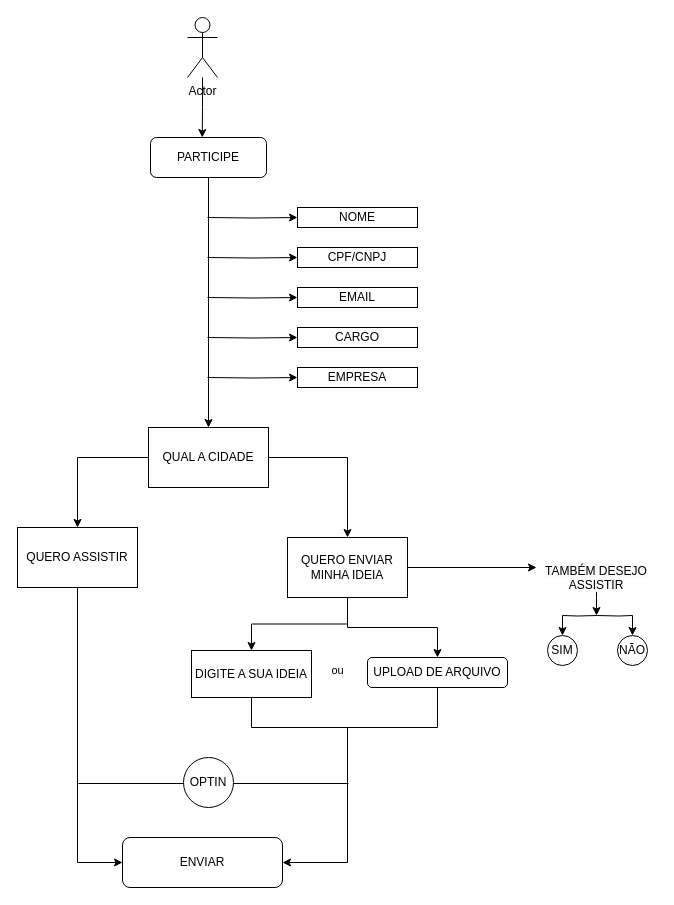
The draw.io diagram Seminario Logistica no Brasil.drawio in altcomvis/lp-logistica-no-brasil, before the edit. Source tidied: cells renumbered, new cells numbered last; positions are measured from the earlier drawing's top-left corner, leaving out a move shared by most shapes. Both pictures are drawn from the tidied source at 100%, with x=0, y=0 at pixel (17, 17).
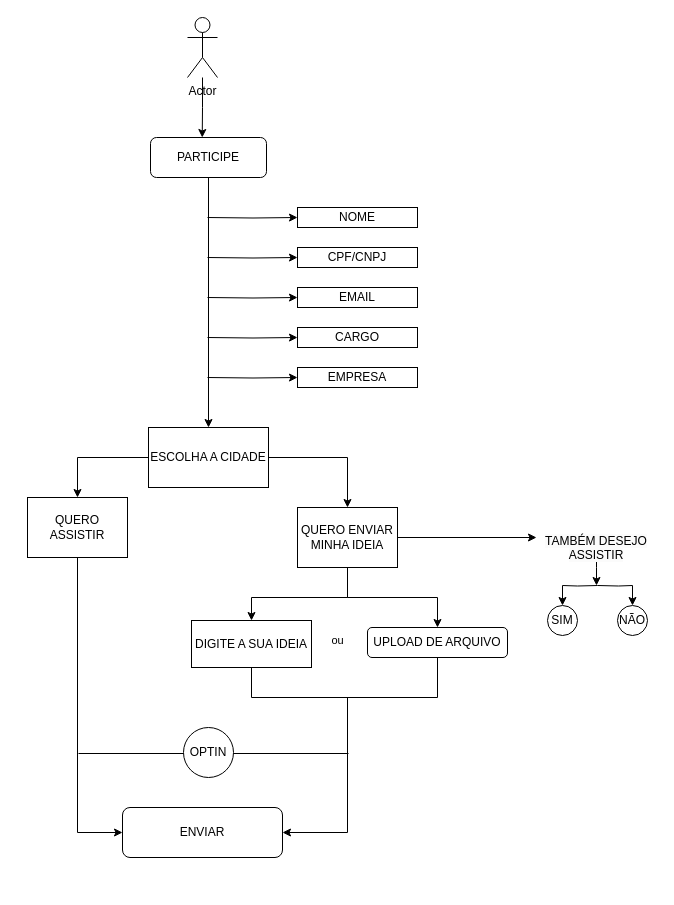
Above is the later version.

Change to the diagram source:
```diff
@@
-    <mxCell id="8" value="QUAL A CIDADE" style="whiteSpace=wrap;html=1;" parent="1" vertex="1">
+    <mxCell id="8" value="ESCOLHA A CIDADE" style="whiteSpace=wrap;html=1;" parent="1" vertex="1">
       <mxGeometry x="131" y="410" width="120" height="60" as="geometry" />
     </mxCell>
@@
     <mxCell id="10" value="QUERO ASSISTIR" style="whiteSpace=wrap;html=1;" parent="1" vertex="1">
-      <mxGeometry y="510" width="120" height="60" as="geometry" />
+      <mxGeometry x="10" y="480" width="100" height="60" as="geometry" />
     </mxCell>
     <mxCell id="11" style="edgeStyle=orthogonalEdgeStyle;rounded=0;jettySize=auto;html=1;" parent="1" edge="1" source="14" target="27">
-      <mxGeometry relative="1" as="geometry" />
+      <mxGeometry relative="1" as="geometry">
+        <Array as="points">
+          <mxPoint x="330" y="580" />
+          <mxPoint x="234" y="580" />
+        </Array>
+      </mxGeometry>
     </mxCell>
@@
     <mxCell id="13" style="edgeStyle=orthogonalEdgeStyle;rounded=0;jettySize=auto;html=1;entryX=0.5;entryY=0;entryDx=0;entryDy=0;" parent="1" edge="1" source="14" target="30">
       <mxGeometry relative="1" as="geometry">
         <Array as="points">
-          <mxPoint x="330" y="610" />
-          <mxPoint x="420" y="610" />
+          <mxPoint x="330" y="580" />
+          <mxPoint x="420" y="580" />
         </Array>
       </mxGeometry>
     </mxCell>
     <mxCell id="14" value="QUERO ENVIAR MINHA IDEIA" style="whiteSpace=wrap;html=1;" parent="1" vertex="1">
-      <mxGeometry x="270" y="520" width="120" height="60" as="geometry" />
+      <mxGeometry x="280" y="490" width="100" height="60" as="geometry" />
     </mxCell>
     <mxCell id="15" style="edgeStyle=orthogonalEdgeStyle;rounded=0;jettySize=auto;html=1;" parent="1" edge="1" target="28">
       <mxGeometry relative="1" as="geometry">
-        <mxPoint x="580" y="598" as="sourcePoint" />
+        <mxPoint x="580" y="568" as="sourcePoint" />
       </mxGeometry>
     </mxCell>
     <mxCell id="16" style="edgeStyle=orthogonalEdgeStyle;rounded=0;jettySize=auto;html=1;entryX=0.5;entryY=0;entryDx=0;entryDy=0;" parent="1" edge="1" target="29">
       <mxGeometry relative="1" as="geometry">
-        <mxPoint x="580" y="598" as="sourcePoint" />
+        <mxPoint x="580" y="568" as="sourcePoint" />
       </mxGeometry>
     </mxCell>
@@
     <mxCell id="27" value="DIGITE A SUA IDEIA" style="whiteSpace=wrap;html=1;" parent="1" vertex="1">
-      <mxGeometry x="174" y="633" width="120" height="47" as="geometry" />
+      <mxGeometry x="174" y="603" width="120" height="47" as="geometry" />
     </mxCell>
     <mxCell id="28" value="SIM" style="ellipse;whiteSpace=wrap;html=1;" parent="1" vertex="1">
-      <mxGeometry x="530" y="618" width="30" height="30" as="geometry" />
+      <mxGeometry x="530" y="588" width="30" height="30" as="geometry" />
     </mxCell>
     <mxCell id="29" value="NÃO" style="ellipse;whiteSpace=wrap;html=1;" parent="1" vertex="1">
-      <mxGeometry x="600" y="618" width="30" height="30" as="geometry" />
+      <mxGeometry x="600" y="588" width="30" height="30" as="geometry" />
     </mxCell>
     <mxCell id="30" value="UPLOAD DE ARQUIVO" style="rounded=1;whiteSpace=wrap;html=1;" parent="1" vertex="1">
-      <mxGeometry x="350" y="640" width="140" height="30" as="geometry" />
+      <mxGeometry x="350" y="610" width="140" height="30" as="geometry" />
     </mxCell>
     <mxCell id="31" style="edgeStyle=orthogonalEdgeStyle;rounded=0;jettySize=auto;html=1;" parent="1" edge="1" target="32">
       <mxGeometry relative="1" as="geometry">
-        <mxPoint x="330" y="710" as="sourcePoint" />
+        <mxPoint x="330" y="680" as="sourcePoint" />
         <Array as="points">
-          <mxPoint x="330" y="845" />
+          <mxPoint x="330" y="815" />
         </Array>
       </mxGeometry>
     </mxCell>
     <mxCell id="32" value="ENVIAR" style="rounded=1;whiteSpace=wrap;html=1;" parent="1" vertex="1">
-      <mxGeometry x="105" y="820" width="160" height="50" as="geometry" />
+      <mxGeometry x="105" y="790" width="160" height="50" as="geometry" />
     </mxCell>
     <mxCell id="33" style="edgeStyle=orthogonalEdgeStyle;rounded=0;jettySize=auto;html=1;" parent="1" edge="1" source="34">
       <mxGeometry relative="1" as="geometry">
-        <mxPoint x="579" y="598" as="targetPoint" />
+        <mxPoint x="579" y="568" as="targetPoint" />
       </mxGeometry>
     </mxCell>
     <mxCell id="34" value="&lt;span style=&quot;color: rgb(0, 0, 0); font-family: Helvetica; font-size: 12px; font-style: normal; font-variant-ligatures: normal; font-variant-caps: normal; font-weight: 400; letter-spacing: normal; orphans: 2; text-indent: 0px; text-transform: none; widows: 2; word-spacing: 0px; -webkit-text-stroke-width: 0px; white-space: normal; background-color: rgb(251, 251, 251); text-decoration-thickness: initial; text-decoration-style: initial; text-decoration-color: initial; float: none; display: inline !important;&quot;&gt;TAMBÉM DESEJO ASSISTIR&lt;/span&gt;" style="text;whiteSpace=wrap;html=1;align=center;" parent="1" vertex="1">
-      <mxGeometry x="519" y="540" width="120" height="20" as="geometry" />
+      <mxGeometry x="519" y="510" width="120" height="20" as="geometry" />
     </mxCell>
     <mxCell id="35" style="endArrow=none;html=1;rounded=0;exitX=0.5;exitY=1;exitDx=0;exitDy=0;" parent="1" edge="1">
       <mxGeometry relative="1" as="geometry">
-        <mxPoint x="234" y="680" as="sourcePoint" />
-        <mxPoint x="420" y="670" as="targetPoint" />
+        <mxPoint x="234" y="650" as="sourcePoint" />
+        <mxPoint x="420" y="640" as="targetPoint" />
         <Array as="points">
-          <mxPoint x="234" y="710" />
-          <mxPoint x="420" y="710" />
+          <mxPoint x="234" y="680" />
+          <mxPoint x="420" y="680" />
         </Array>
       </mxGeometry>
     </mxCell>
@@
     <mxCell id="37" style="endArrow=none;html=1;rounded=0;" parent="1" edge="1">
       <mxGeometry relative="1" as="geometry">
-        <mxPoint x="61" y="766" as="sourcePoint" />
-        <mxPoint x="331" y="766" as="targetPoint" />
+        <mxPoint x="61" y="736" as="sourcePoint" />
+        <mxPoint x="331" y="736" as="targetPoint" />
       </mxGeometry>
     </mxCell>
     <mxCell id="38" value="OPTIN" style="ellipse;whiteSpace=wrap;html=1;" parent="1" vertex="1">
-      <mxGeometry x="166" y="740" width="50" height="50" as="geometry" />
+      <mxGeometry x="166" y="710" width="50" height="50" as="geometry" />
     </mxCell>
```
